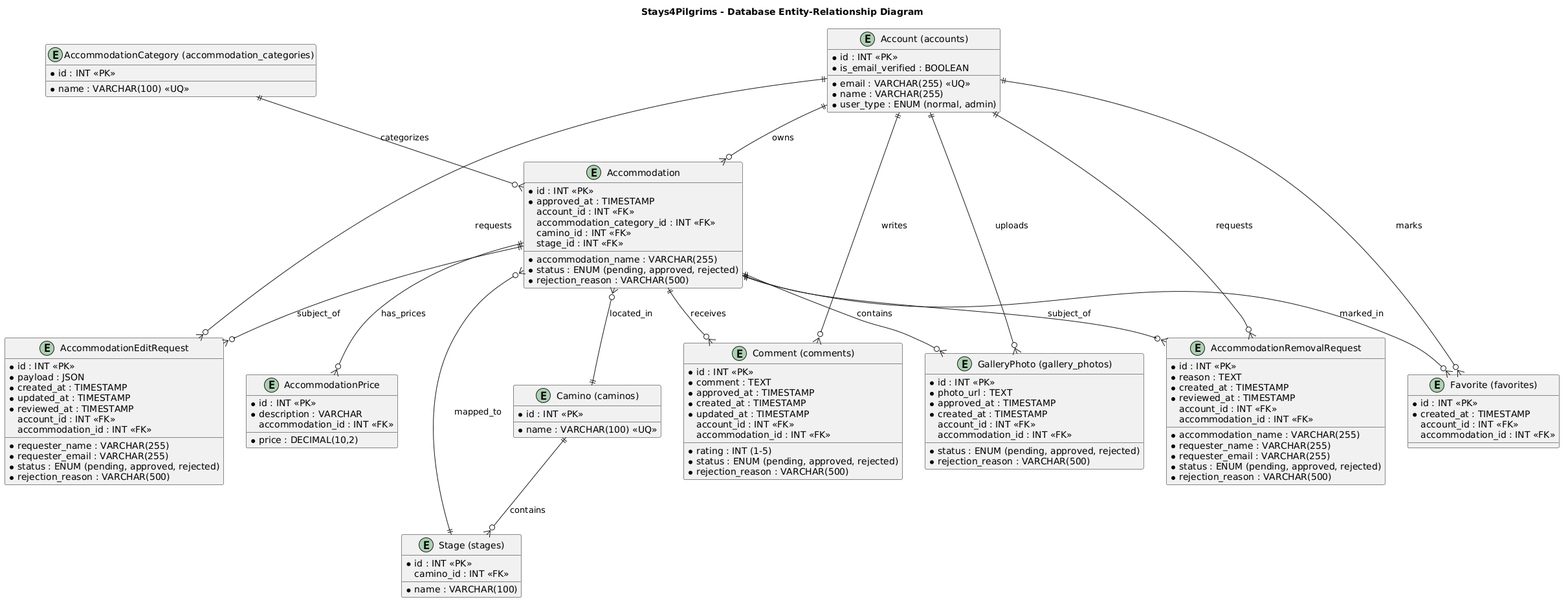
Above: docs/diagrams/png/database-er-diagram.png in alegna83/cookbook-be (PlantUML), before the change.
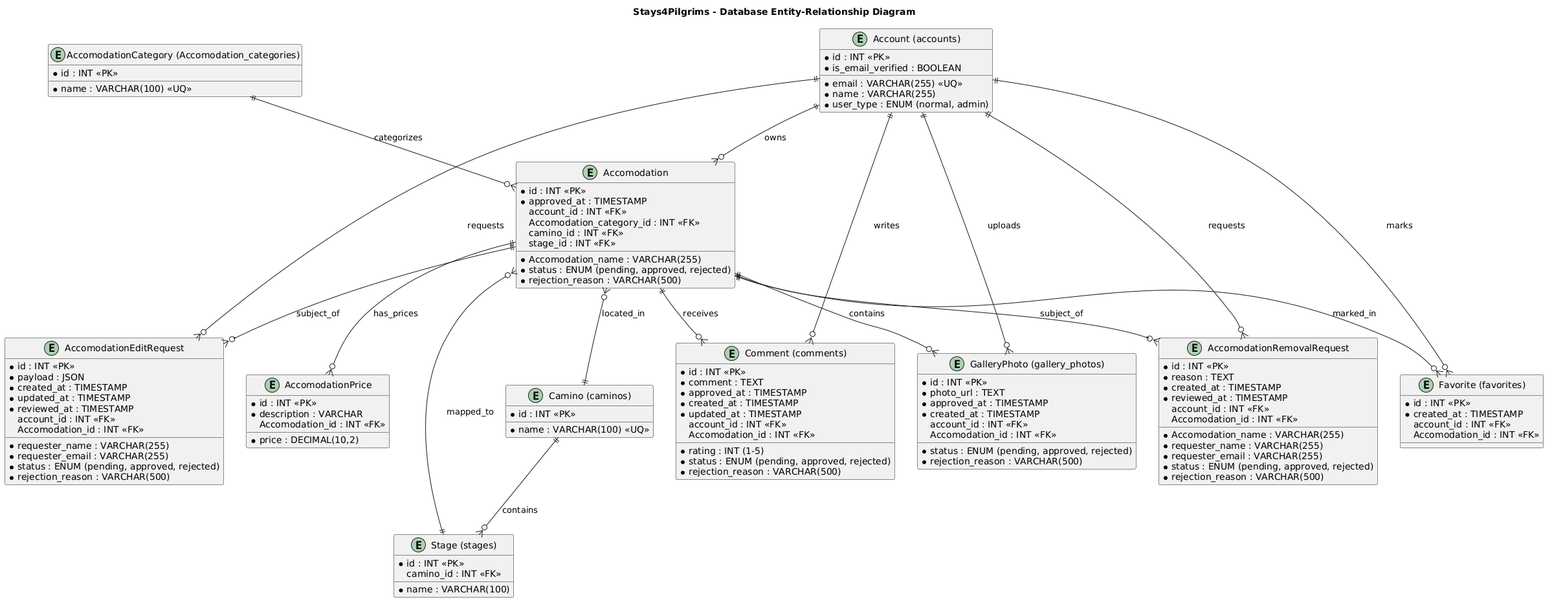
The same file after the commit.

Diff of the diagram source:
```diff
@@ -9,19 +9,19 @@
   * is_email_verified : BOOLEAN
 }
 
-entity "Accommodation" as accommodation {
+entity "Accomodation" as Accomodation {
   * id : INT <<PK>>
-  * accommodation_name : VARCHAR(255)
+  * Accomodation_name : VARCHAR(255)
   * status : ENUM (pending, approved, rejected)
   * approved_at : TIMESTAMP
   * rejection_reason : VARCHAR(500)
   account_id : INT <<FK>>
-  accommodation_category_id : INT <<FK>>
+  Accomodation_category_id : INT <<FK>>
   camino_id : INT <<FK>>
   stage_id : INT <<FK>>
 }
 
-entity "AccommodationCategory (accommodation_categories)" as accommodation_category {
+entity "AccomodationCategory (Accomodation_categories)" as Accomodation_category {
   * id : INT <<PK>>
   * name : VARCHAR(100) <<UQ>>
 }
@@ -36,7 +36,7 @@
   * created_at : TIMESTAMP
   * updated_at : TIMESTAMP
   account_id : INT <<FK>>
-  accommodation_id : INT <<FK>>
+  Accomodation_id : INT <<FK>>
 }
 
 entity "GalleryPhoto (gallery_photos)" as gallery_photo {
@@ -47,26 +47,26 @@
   * rejection_reason : VARCHAR(500)
   * created_at : TIMESTAMP
   account_id : INT <<FK>>
-  accommodation_id : INT <<FK>>
+  Accomodation_id : INT <<FK>>
 }
 
 entity "Favorite (favorites)" as favorite {
   * id : INT <<PK>>
   * created_at : TIMESTAMP
   account_id : INT <<FK>>
-  accommodation_id : INT <<FK>>
+  Accomodation_id : INT <<FK>>
 }
 
-entity "AccommodationPrice" as accommodation_price {
+entity "AccomodationPrice" as Accomodation_price {
   * id : INT <<PK>>
   * description : VARCHAR
   * price : DECIMAL(10,2)
-  accommodation_id : INT <<FK>>
+  Accomodation_id : INT <<FK>>
 }
 
-entity "AccommodationRemovalRequest" as accommodation_removal_request {
+entity "AccomodationRemovalRequest" as Accomodation_removal_request {
   * id : INT <<PK>>
-  * accommodation_name : VARCHAR(255)
+  * Accomodation_name : VARCHAR(255)
   * requester_name : VARCHAR(255)
   * requester_email : VARCHAR(255)
   * reason : TEXT
@@ -75,10 +75,10 @@
   * reviewed_at : TIMESTAMP
   * rejection_reason : VARCHAR(500)
   account_id : INT <<FK>>
-  accommodation_id : INT <<FK>>
+  Accomodation_id : INT <<FK>>
 }
 
-entity "AccommodationEditRequest" as accommodation_edit_request {
+entity "AccomodationEditRequest" as Accomodation_edit_request {
   * id : INT <<PK>>
   * requester_name : VARCHAR(255)
   * requester_email : VARCHAR(255)
@@ -89,7 +89,7 @@
   * reviewed_at : TIMESTAMP
   * rejection_reason : VARCHAR(500)
   account_id : INT <<FK>>
-  accommodation_id : INT <<FK>>
+  Accomodation_id : INT <<FK>>
 }
 
 entity "Camino (caminos)" as camino {
@@ -103,22 +103,22 @@
   camino_id : INT <<FK>>
 }
 
-account ||--o{ accommodation : "owns"
+account ||--o{ Accomodation : "owns"
 account ||--o{ comment : "writes"
 account ||--o{ gallery_photo : "uploads"
 account ||--o{ favorite : "marks"
-account ||--o{ accommodation_removal_request : "requests"
-account ||--o{ accommodation_edit_request : "requests"
+account ||--o{ Accomodation_removal_request : "requests"
+account ||--o{ Accomodation_edit_request : "requests"
 
-accommodation_category ||--o{ accommodation : "categorizes"
-accommodation ||--o{ comment : "receives"
-accommodation ||--o{ gallery_photo : "contains"
-accommodation ||--o{ favorite : "marked_in"
-accommodation ||--o{ accommodation_price : "has_prices"
-accommodation ||--o{ accommodation_removal_request : "subject_of"
-accommodation ||--o{ accommodation_edit_request : "subject_of"
-accommodation }o--|| camino : "located_in"
-accommodation }o--|| stage : "mapped_to"
+Accomodation_category ||--o{ Accomodation : "categorizes"
+Accomodation ||--o{ comment : "receives"
+Accomodation ||--o{ gallery_photo : "contains"
+Accomodation ||--o{ favorite : "marked_in"
+Accomodation ||--o{ Accomodation_price : "has_prices"
+Accomodation ||--o{ Accomodation_removal_request : "subject_of"
+Accomodation ||--o{ Accomodation_edit_request : "subject_of"
+Accomodation }o--|| camino : "located_in"
+Accomodation }o--|| stage : "mapped_to"
 
 camino ||--o{ stage : "contains"
 
```
